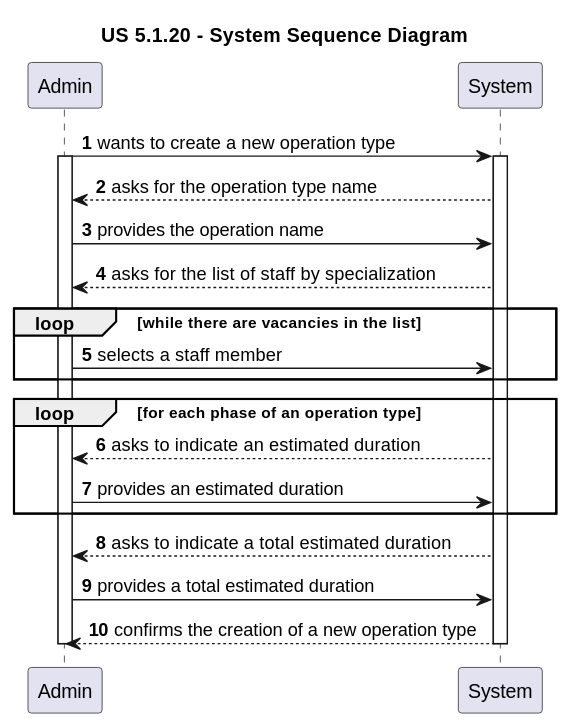
Before: docs/sprint-1/1220683/us-5.1.20/diagrams/SSD/us_5.1.20_system_sequence_diagram.svg, a diagram exported from PlantUML (rita-barbosa/LAPR5-2425).
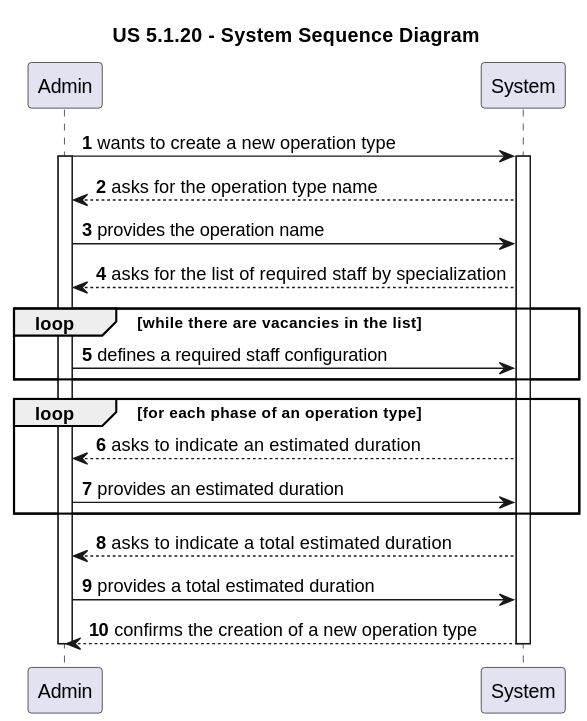
The same file after the commit.

The edit, as a diff of the source:
```diff
@@ -15,11 +15,11 @@
 
 ADM -> SYS : provides the operation name
 
-SYS --> ADM : asks for the list of staff by specialization
+SYS --> ADM : asks for the list of required staff by specialization
 
 loop while there are vacancies in the list
 
-ADM -> SYS : selects a staff member
+ADM -> SYS : defines a required staff configuration
 
 end loop
 
```
